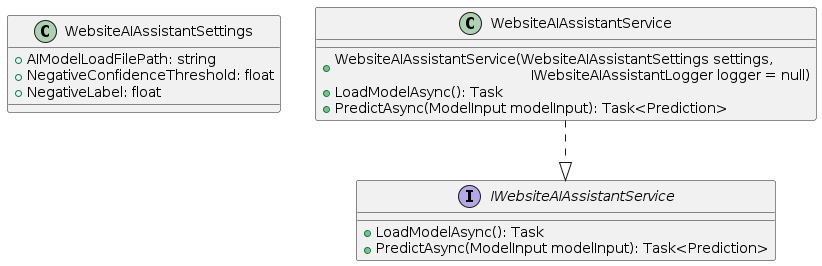
This is Docs/WebsiteAIAssistantService.png from VeritasSoftware/WebsiteAIAssistant, a PlantUML export, as it was before one commit.
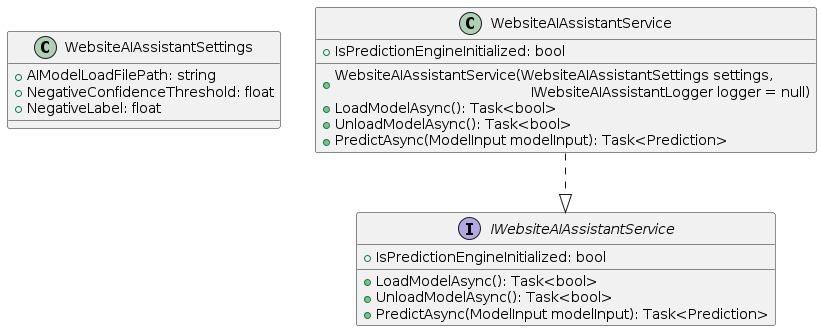
The same diagram one commit later.

Commit message:
added flag IsPredictionEngineInitialized, minor refactoring. cleanup.

Diff of the diagram source:
```diff
@@ -8,14 +8,18 @@
 
 interface IWebsiteAIAssistantService
 {
-  + LoadModelAsync(): Task
+  + IsPredictionEngineInitialized: bool
+  + LoadModelAsync(): Task<bool>
+  + UnloadModelAsync(): Task<bool>
   + PredictAsync(ModelInput modelInput): Task<Prediction>
 }
 
 class WebsiteAIAssistantService
 {
+  + IsPredictionEngineInitialized: bool
   + WebsiteAIAssistantService(WebsiteAIAssistantSettings settings, \n \t \t  \t \t \t \t IWebsiteAIAssistantLogger logger = null)
-  + LoadModelAsync(): Task
+  + LoadModelAsync(): Task<bool>
+  + UnloadModelAsync(): Task<bool>
   + PredictAsync(ModelInput modelInput): Task<Prediction>
 }
 
```
